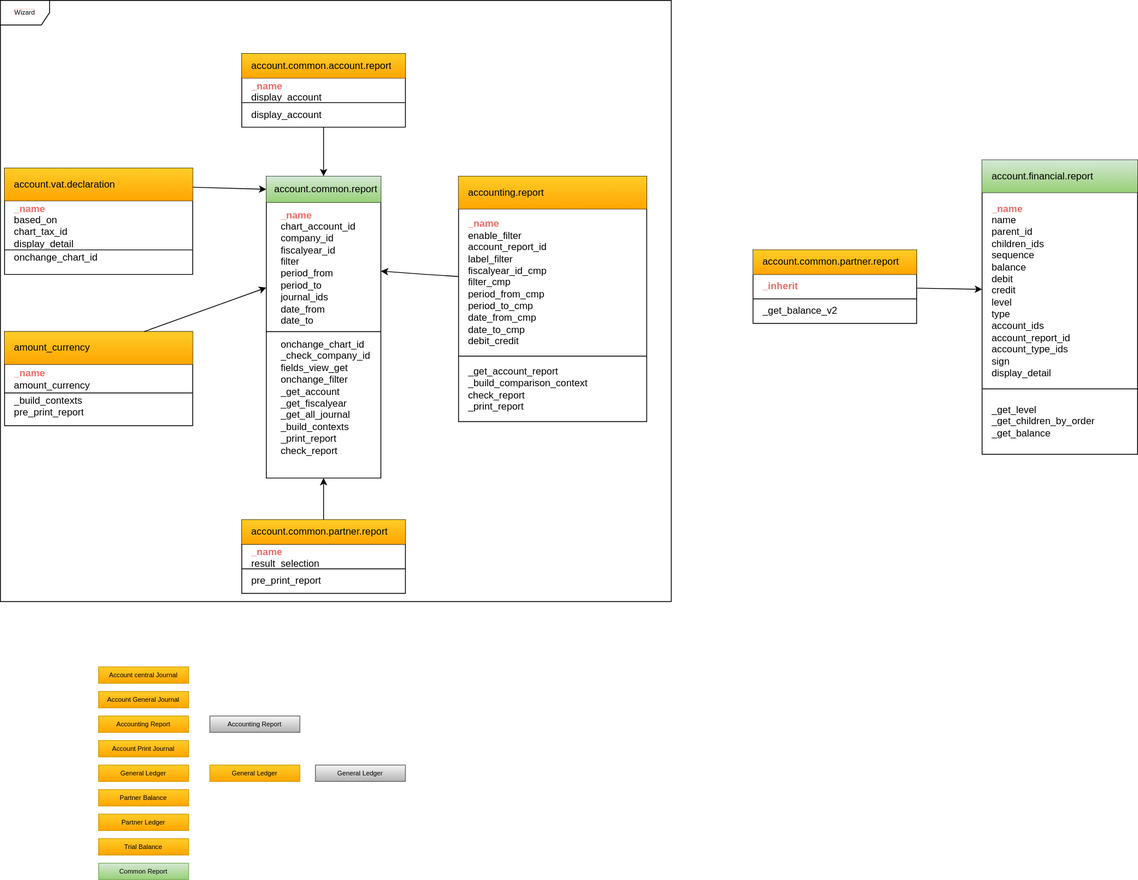
Above: Actions.drawio.svg in jp-sft/odoo-models-diagrams (draw.io), before the change. Source tidied: cells renumbered, new cells last; positions are measured from the earlier drawing's top-left corner, leaving out a move shared by most shapes.
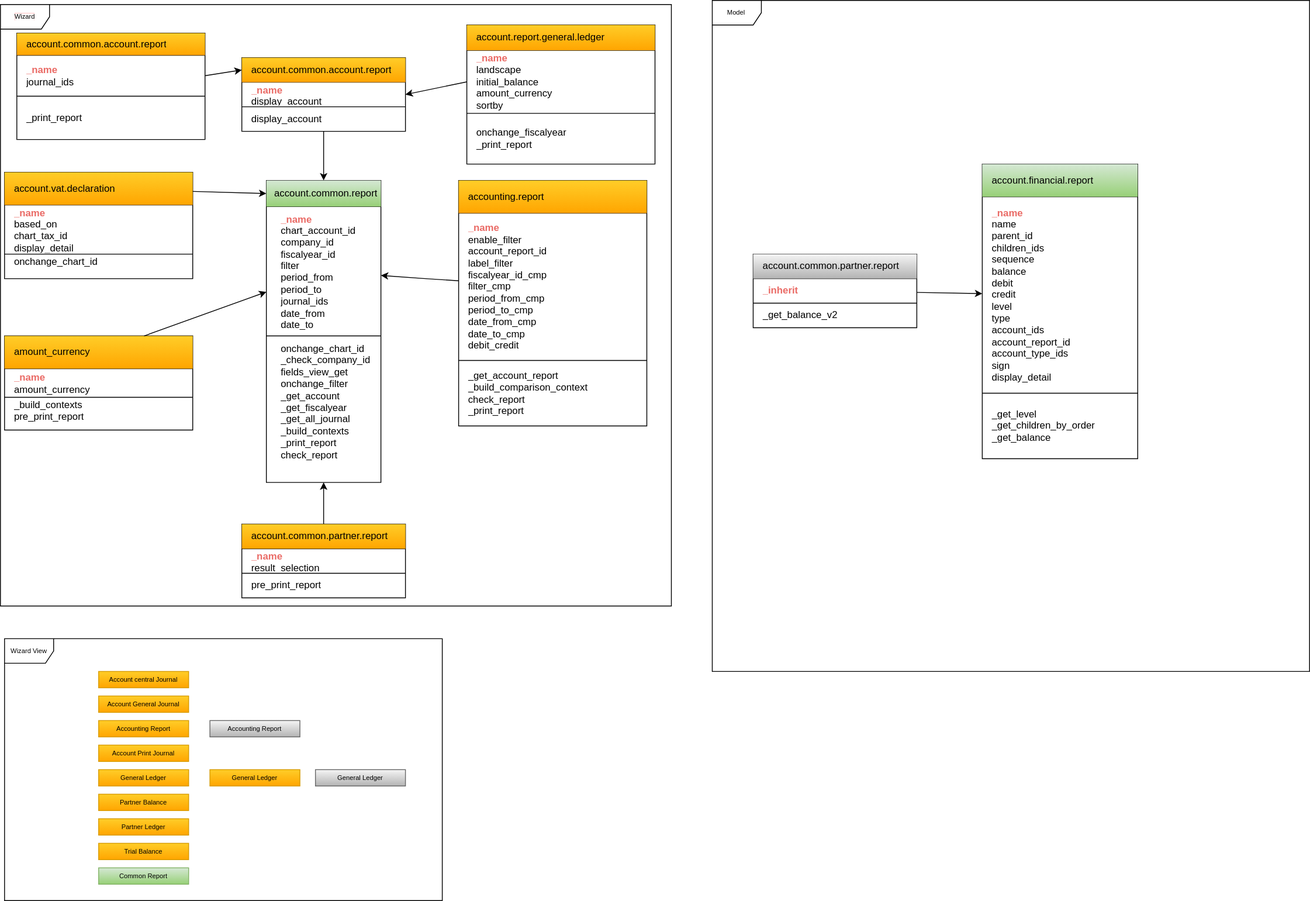
Above is the later version.

What changed in the source:
```diff
@@ -2,6 +2,12 @@
   <root>
     <mxCell id="0" />
     <mxCell id="1" parent="0" />
+    <mxCell id="79" value="Model" style="shape=umlFrame;whiteSpace=wrap;html=1;shadow=0;labelBackgroundColor=#FFFFFF;fillStyle=auto;fontSize=8;fontColor=#000000;fillColor=none;" parent="1" vertex="1">
+      <mxGeometry x="870" y="-5" width="730" height="820" as="geometry" />
+    </mxCell>
+    <mxCell id="78" value="&lt;span style=&quot;background-color: rgb(255, 255, 255);&quot;&gt;Wizard&lt;/span&gt;" style="shape=umlFrame;whiteSpace=wrap;html=1;shadow=0;labelBackgroundColor=red;fillStyle=auto;fontSize=8;" parent="1" vertex="1">
+      <mxGeometry width="820" height="735" as="geometry" />
+    </mxCell>
     <mxCell id="2" style="edgeStyle=orthogonalEdgeStyle;rounded=0;orthogonalLoop=1;jettySize=auto;html=1;fontSize=12;fontColor=default;align=left;spacingLeft=10;" parent="1" edge="1">
       <mxGeometry relative="1" as="geometry">
         <mxPoint x="400" y="65" as="sourcePoint" />
@@ -225,7 +231,7 @@
     <mxCell id="72" style="shape=tableRow;horizontal=0;startSize=0;swimlaneHead=0;swimlaneBody=0;top=0;left=0;bottom=0;right=0;fillColor=none;labelBackgroundColor=none;fontSize=12;fontColor=default;html=0;align=left;spacingLeft=10;" parent="71" vertex="1">
       <mxGeometry width="200" height="30" as="geometry" />
     </mxCell>
-    <mxCell id="73" value="account.common.partner.report" style="shape=partialRectangle;html=1;whiteSpace=wrap;overflow=hidden;fillColor=#ffcd28;top=0;left=0;bottom=0;right=0;labelBackgroundColor=none;fontSize=12;gradientColor=#ffa500;strokeColor=#d79b00;align=left;spacingLeft=10;" parent="72" vertex="1">
+    <mxCell id="73" value="account.common.partner.report" style="shape=partialRectangle;html=1;whiteSpace=wrap;overflow=hidden;fillColor=#f5f5f5;top=0;left=0;bottom=0;right=0;labelBackgroundColor=none;fontSize=12;gradientColor=#b3b3b3;strokeColor=#666666;align=left;spacingLeft=10;" parent="72" vertex="1">
       <mxGeometry width="200" height="30" as="geometry" />
     </mxCell>
     <mxCell id="74" style="shape=tableRow;horizontal=0;startSize=0;swimlaneHead=0;swimlaneBody=0;top=0;left=0;bottom=0;right=0;fillColor=none;labelBackgroundColor=none;fontSize=12;fontColor=default;html=0;align=left;spacingLeft=10;" parent="71" vertex="1">
@@ -240,8 +246,56 @@
     <mxCell id="77" value="_get_balance_v2" style="shape=partialRectangle;html=1;whiteSpace=wrap;overflow=hidden;fillColor=none;top=0;left=0;bottom=0;right=0;labelBackgroundColor=none;fontSize=12;fontColor=default;align=left;spacingLeft=10;" parent="76" vertex="1">
       <mxGeometry width="200" height="30" as="geometry" />
     </mxCell>
-    <mxCell id="78" value="&lt;span style=&quot;background-color: rgb(255, 255, 255);&quot;&gt;Wizard&lt;/span&gt;" style="shape=umlFrame;whiteSpace=wrap;html=1;shadow=0;labelBackgroundColor=red;fillStyle=auto;fontSize=8;" parent="1" vertex="1">
-      <mxGeometry width="820" height="735" as="geometry" />
-    </mxCell>
+    <mxCell id="80" value="Wizard View" style="shape=umlFrame;whiteSpace=wrap;html=1;shadow=0;labelBackgroundColor=#FFFFFF;fillStyle=auto;fontSize=8;fontColor=#000000;fillColor=none;" parent="1" vertex="1">
+      <mxGeometry x="5" y="775" width="535" height="320" as="geometry" />
+    </mxCell>
+    <mxCell id="81" style="shape=table;startSize=0;labelBackgroundColor=none;fontSize=12;fontColor=default;fillColor=none;html=0;spacingLeft=10;align=left;" parent="1" vertex="1">
+      <mxGeometry x="570" y="25" width="230" height="170" as="geometry" />
+    </mxCell>
+    <mxCell id="82" style="shape=tableRow;horizontal=0;startSize=0;swimlaneHead=0;swimlaneBody=0;top=0;left=0;bottom=0;right=0;fillColor=none;labelBackgroundColor=none;fontSize=12;fontColor=default;html=0;align=left;spacingLeft=10;" parent="81" vertex="1">
+      <mxGeometry width="230" height="31" as="geometry" />
+    </mxCell>
+    <mxCell id="83" value="account.report.general.ledger" style="shape=partialRectangle;html=1;whiteSpace=wrap;overflow=hidden;fillColor=#ffcd28;top=0;left=0;bottom=0;right=0;labelBackgroundColor=none;fontSize=12;gradientColor=#ffa500;strokeColor=#d79b00;align=left;spacingLeft=10;" parent="82" vertex="1">
+      <mxGeometry width="230" height="31" as="geometry" />
+    </mxCell>
+    <mxCell id="84" style="shape=tableRow;horizontal=0;startSize=0;swimlaneHead=0;swimlaneBody=0;top=0;left=0;bottom=0;right=0;fillColor=none;points=[[0,0.5],[1,0.5]];portConstraint=eastwest;labelBackgroundColor=none;fontSize=12;fontColor=default;html=0;align=left;spacingLeft=10;" parent="81" vertex="1">
+      <mxGeometry y="31" width="230" height="77" as="geometry" />
+    </mxCell>
+    <mxCell id="85" value="&lt;b style=&quot;color: rgb(234, 107, 102);&quot;&gt;_name&lt;/b&gt;&lt;br&gt;&lt;div&gt;landscape&lt;/div&gt;&lt;div&gt;initial_balance&lt;/div&gt;&lt;div&gt;amount_currency&lt;/div&gt;&lt;div&gt;sortby&lt;/div&gt;&lt;div&gt;journal_ids&lt;/div&gt;" style="shape=partialRectangle;whiteSpace=wrap;overflow=hidden;fillColor=none;top=0;left=0;bottom=0;right=0;labelBackgroundColor=none;fontSize=12;fontColor=default;align=left;spacingLeft=10;html=1;" parent="84" vertex="1">
+      <mxGeometry width="230" height="77" as="geometry" />
+    </mxCell>
+    <mxCell id="86" style="shape=tableRow;horizontal=0;startSize=0;swimlaneHead=0;swimlaneBody=0;top=0;left=0;bottom=0;right=0;fillColor=none;labelBackgroundColor=none;fontSize=12;fontColor=default;html=0;align=left;spacingLeft=10;" parent="81" vertex="1">
+      <mxGeometry y="108" width="230" height="62" as="geometry" />
+    </mxCell>
+    <mxCell id="87" value="onchange_fiscalyear&#10;_print_report" style="shape=partialRectangle;whiteSpace=wrap;overflow=hidden;fillColor=none;top=0;left=0;bottom=0;right=0;labelBackgroundColor=none;fontSize=12;fontColor=default;align=left;spacingLeft=10;" parent="86" vertex="1">
+      <mxGeometry width="230" height="62" as="geometry" />
+    </mxCell>
+    <mxCell id="88" style="endArrow=classic;html=1;rounded=0;fontSize=8;fontColor=#000000;entryX=1;entryY=0.5;entryDx=0;entryDy=0;exitX=0;exitY=0.5;exitDx=0;exitDy=0;" parent="1" edge="1" source="84" target="15">
+      <mxGeometry relative="1" as="geometry" />
+    </mxCell>
+    <mxCell id="89" style="shape=table;startSize=0;labelBackgroundColor=none;fontSize=12;fontColor=default;fillColor=none;html=0;spacingLeft=10;align=left;" parent="1" vertex="1">
+      <mxGeometry x="20" y="35" width="230" height="130" as="geometry" />
+    </mxCell>
+    <mxCell id="90" style="shape=tableRow;horizontal=0;startSize=0;swimlaneHead=0;swimlaneBody=0;top=0;left=0;bottom=0;right=0;fillColor=none;labelBackgroundColor=none;fontSize=12;fontColor=default;html=0;align=left;spacingLeft=10;" parent="89" vertex="1">
+      <mxGeometry width="230" height="27" as="geometry" />
+    </mxCell>
+    <mxCell id="91" value="account.common.account.report" style="shape=partialRectangle;html=1;whiteSpace=wrap;overflow=hidden;fillColor=#ffcd28;top=0;left=0;bottom=0;right=0;labelBackgroundColor=none;fontSize=12;gradientColor=#ffa500;strokeColor=#d79b00;align=left;spacingLeft=10;" parent="90" vertex="1">
+      <mxGeometry width="230" height="27" as="geometry" />
+    </mxCell>
+    <mxCell id="92" style="shape=tableRow;horizontal=0;startSize=0;swimlaneHead=0;swimlaneBody=0;top=0;left=0;bottom=0;right=0;fillColor=none;points=[[0,0.5],[1,0.5]];portConstraint=eastwest;labelBackgroundColor=none;fontSize=12;fontColor=default;html=0;align=left;spacingLeft=10;" parent="89" vertex="1">
+      <mxGeometry y="27" width="230" height="50" as="geometry" />
+    </mxCell>
+    <mxCell id="93" value="&lt;b style=&quot;color: rgb(234, 107, 102);&quot;&gt;_name&lt;br&gt;&lt;/b&gt;&lt;div&gt;journal_ids&lt;/div&gt;" style="shape=partialRectangle;whiteSpace=wrap;overflow=hidden;fillColor=none;top=0;left=0;bottom=0;right=0;labelBackgroundColor=none;fontSize=12;fontColor=default;align=left;spacingLeft=10;html=1;" parent="92" vertex="1">
+      <mxGeometry width="230" height="50" as="geometry" />
+    </mxCell>
+    <mxCell id="94" style="shape=tableRow;horizontal=0;startSize=0;swimlaneHead=0;swimlaneBody=0;top=0;left=0;bottom=0;right=0;fillColor=none;labelBackgroundColor=none;fontSize=12;fontColor=default;html=0;align=left;spacingLeft=10;" parent="89" vertex="1">
+      <mxGeometry y="77" width="230" height="53" as="geometry" />
+    </mxCell>
+    <mxCell id="95" value="_print_report" style="shape=partialRectangle;whiteSpace=wrap;overflow=hidden;fillColor=none;top=0;left=0;bottom=0;right=0;labelBackgroundColor=none;fontSize=12;fontColor=default;align=left;spacingLeft=10;" parent="94" vertex="1">
+      <mxGeometry width="230" height="53" as="geometry" />
+    </mxCell>
+    <mxCell id="96" style="endArrow=classic;html=1;rounded=0;fontSize=8;fontColor=#000000;exitX=1;exitY=0.5;exitDx=0;exitDy=0;entryX=0;entryY=0.5;entryDx=0;entryDy=0;" parent="1" edge="1" source="92" target="13">
+      <mxGeometry relative="1" as="geometry" />
+    </mxCell>
   </root>
 </mxGraphModel>
```
